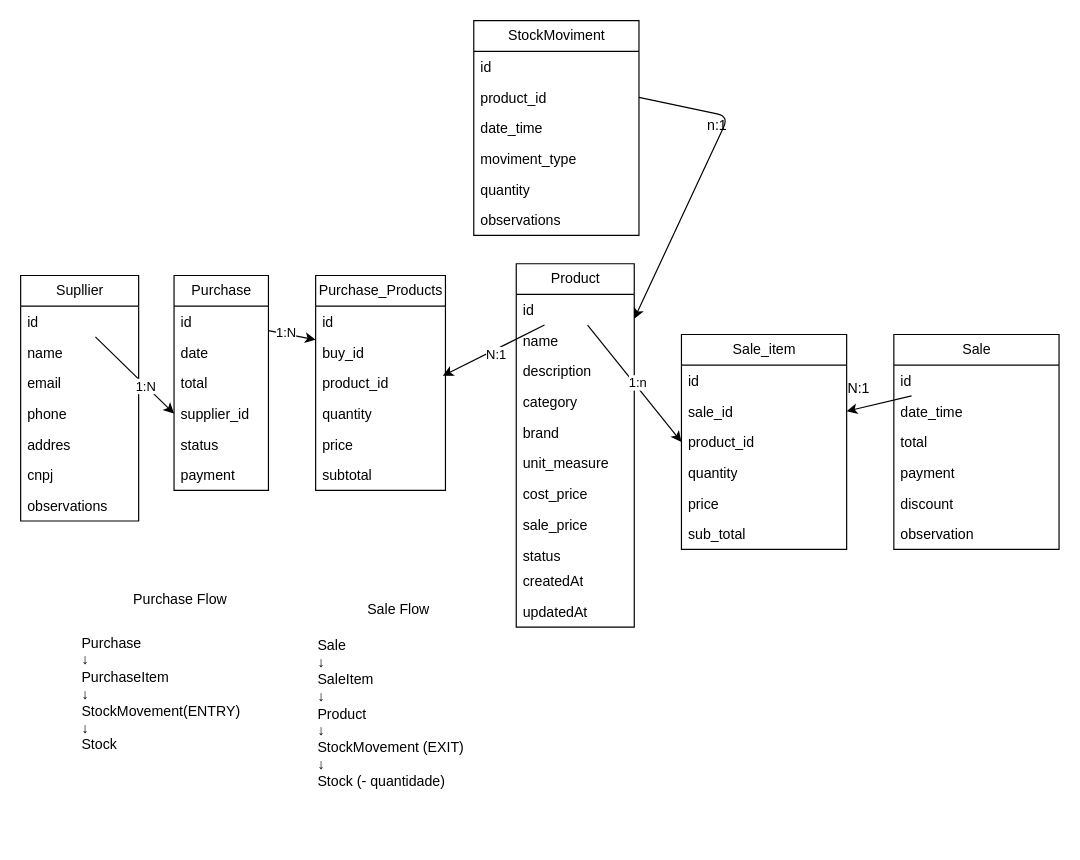
BelizarioJv/Projeto-Senzalas-Bar keeps this draw.io diagram as backend/umlSenzalas.drawio. Above is the earlier version. Source tidied: cells renumbered, new cells numbered last; positions are measured from the earlier drawing's top-left corner, leaving out a move shared by most shapes. Both pictures are drawn from the tidied source at 118%, with x=0, y=0 at pixel (20, 20).
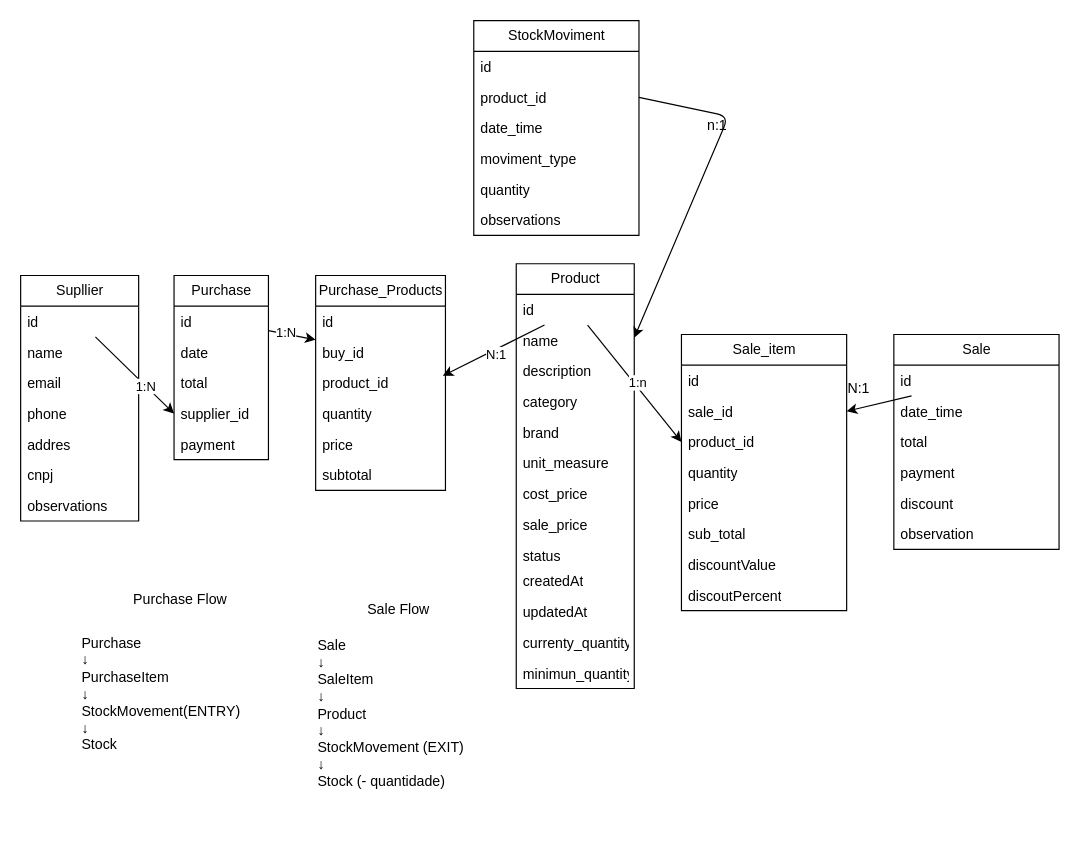
The same page after the edit.

Diff of the diagram source:
```diff
@@
     <mxCell id="2" value="Product" style="swimlane;fontStyle=0;horizontal=1;startSize=26;fillColor=none;html=1;" parent="1" vertex="1">
-      <mxGeometry x="420" y="206" width="100" height="308" as="geometry" />
+      <mxGeometry x="420" y="206" width="100" height="360" as="geometry" />
     </mxCell>
@@
+    <mxCell id="73" value="currenty_quantity" style="text;strokeColor=none;fillColor=none;align=left;verticalAlign=top;spacingLeft=4;spacingRight=4;overflow=hidden;whiteSpace=wrap;html=1;" parent="2" vertex="1">
+      <mxGeometry y="308" width="100" height="26" as="geometry" />
+    </mxCell>
+    <mxCell id="74" value="minimun_quantity&lt;div&gt;&lt;br&gt;&lt;/div&gt;" style="text;strokeColor=none;fillColor=none;align=left;verticalAlign=top;spacingLeft=4;spacingRight=4;overflow=hidden;whiteSpace=wrap;html=1;" parent="2" vertex="1">
+      <mxGeometry y="334" width="100" height="26" as="geometry" />
+    </mxCell>
     <mxCell id="14" value="Purchase" style="swimlane;fontStyle=0;horizontal=1;startSize=26;fillColor=none;html=1;" parent="1" vertex="1">
-      <mxGeometry x="130" y="216" width="80" height="182" as="geometry" />
+      <mxGeometry x="130" y="216" width="80" height="156" as="geometry" />
     </mxCell>
@@
-    <mxCell id="19" value="status" style="text;strokeColor=none;fillColor=none;align=left;verticalAlign=top;spacingLeft=4;spacingRight=4;overflow=hidden;whiteSpace=wrap;html=1;" parent="14" vertex="1">
-      <mxGeometry y="130" width="80" height="26" as="geometry" />
-    </mxCell>
     <mxCell id="20" value="payment" style="text;strokeColor=none;fillColor=none;align=left;verticalAlign=top;spacingLeft=4;spacingRight=4;overflow=hidden;whiteSpace=wrap;html=1;" parent="14" vertex="1">
-      <mxGeometry y="156" width="80" height="26" as="geometry" />
+      <mxGeometry y="130" width="80" height="26" as="geometry" />
     </mxCell>
@@
     <mxCell id="35" value="Sale_item" style="swimlane;fontStyle=0;horizontal=1;startSize=26;fillColor=none;html=1;" parent="1" vertex="1">
-      <mxGeometry x="560" y="266" width="140" height="182" as="geometry" />
+      <mxGeometry x="560" y="266" width="140" height="234" as="geometry" />
     </mxCell>
@@
+    <mxCell id="75" value="discountValue" style="text;strokeColor=none;fillColor=none;align=left;verticalAlign=top;spacingLeft=4;spacingRight=4;overflow=hidden;whiteSpace=wrap;html=1;" parent="35" vertex="1">
+      <mxGeometry y="182" width="140" height="26" as="geometry" />
+    </mxCell>
+    <mxCell id="76" value="discoutPercent&lt;div&gt;&lt;br&gt;&lt;/div&gt;" style="text;strokeColor=none;fillColor=none;align=left;verticalAlign=top;spacingLeft=4;spacingRight=4;overflow=hidden;whiteSpace=wrap;html=1;" parent="35" vertex="1">
+      <mxGeometry y="208" width="140" height="26" as="geometry" />
+    </mxCell>
```
